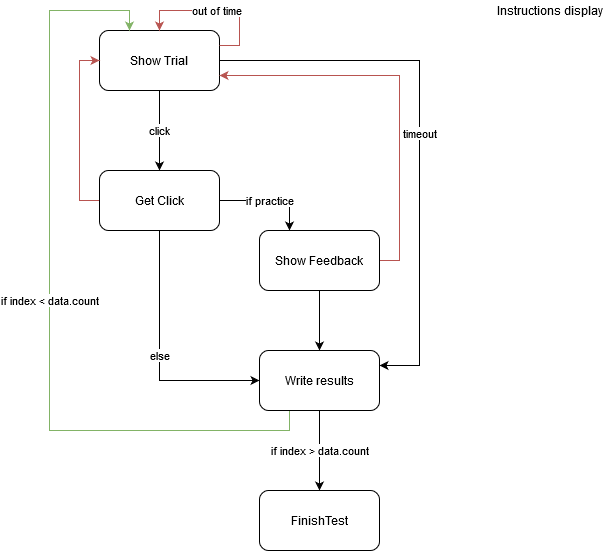
Above: Docs/cog test flow.png in BeAnotherLab/The-Machine-to-be-Another-Unity (draw.io), before the change. Source tidied: cells renumbered, new cells last; positions are measured from the earlier drawing's top-left corner, leaving out a move shared by most shapes.
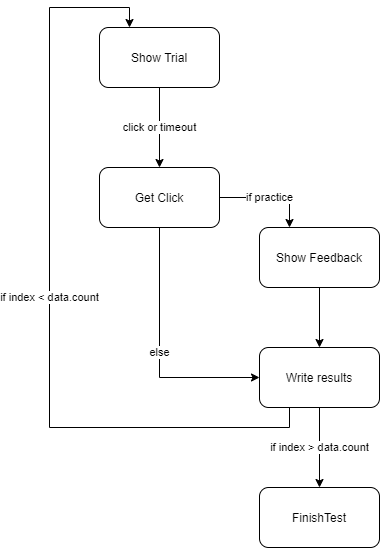
The same file after the commit.

Change to the diagram source:
```diff
@@ -2,17 +2,9 @@
   <root>
     <mxCell id="0" />
     <mxCell id="1" parent="0" />
-    <mxCell id="2" value="click" style="edgeStyle=orthogonalEdgeStyle;rounded=0;jettySize=auto;html=1;" parent="1" edge="1" source="4" target="8">
+    <mxCell id="2" value="click or timeout" style="edgeStyle=orthogonalEdgeStyle;rounded=0;jettySize=auto;html=1;" parent="1" edge="1" source="4" target="8">
       <mxGeometry relative="1" as="geometry" />
     </mxCell>
-    <mxCell id="3" value="timeout" style="edgeStyle=orthogonalEdgeStyle;rounded=0;jettySize=auto;html=1;exitX=1;exitY=0.5;exitDx=0;exitDy=0;entryX=1;entryY=0.25;entryDx=0;entryDy=0;" parent="1" edge="1" source="4" target="15">
-      <mxGeometry relative="1" as="geometry">
-        <Array as="points">
-          <mxPoint x="370" y="60" />
-          <mxPoint x="370" y="365" />
-        </Array>
-      </mxGeometry>
-    </mxCell>
     <mxCell id="4" value="Show Trial" style="rounded=1;whiteSpace=wrap;html=1;" parent="1" vertex="1">
       <mxGeometry x="50" y="30" width="120" height="60" as="geometry" />
     </mxCell>
@@ -22,25 +14,16 @@
     <mxCell id="6" value="else" style="edgeStyle=orthogonalEdgeStyle;rounded=0;jettySize=auto;html=1;exitX=0.5;exitY=1;exitDx=0;exitDy=0;entryX=0;entryY=0.5;entryDx=0;entryDy=0;" parent="1" edge="1" source="8" target="15">
       <mxGeometry relative="1" as="geometry" />
     </mxCell>
-    <mxCell id="7" style="edgeStyle=orthogonalEdgeStyle;rounded=0;jettySize=auto;html=1;exitX=0;exitY=0.5;exitDx=0;exitDy=0;entryX=0;entryY=0.5;entryDx=0;entryDy=0;fillColor=#f8cecc;strokeColor=#b85450;" parent="1" edge="1" source="8" target="4">
-      <mxGeometry relative="1" as="geometry" />
-    </mxCell>
     <mxCell id="8" value="Get Click" style="rounded=1;whiteSpace=wrap;html=1;" parent="1" vertex="1">
       <mxGeometry x="50" y="170" width="120" height="60" as="geometry" />
     </mxCell>
     <mxCell id="9" style="edgeStyle=orthogonalEdgeStyle;rounded=0;jettySize=auto;html=1;" parent="1" edge="1" source="11" target="15">
       <mxGeometry relative="1" as="geometry" />
     </mxCell>
-    <mxCell id="10" style="edgeStyle=orthogonalEdgeStyle;rounded=0;jettySize=auto;html=1;exitX=1;exitY=0.5;exitDx=0;exitDy=0;entryX=1;entryY=0.75;entryDx=0;entryDy=0;fillColor=#f8cecc;strokeColor=#b85450;" parent="1" edge="1" source="11" target="4">
-      <mxGeometry relative="1" as="geometry" />
-    </mxCell>
     <mxCell id="11" value="Show Feedback" style="rounded=1;whiteSpace=wrap;html=1;" parent="1" vertex="1">
       <mxGeometry x="210" y="230" width="120" height="60" as="geometry" />
     </mxCell>
-    <mxCell id="12" value="Instructions display" style="text;html=1;align=center;verticalAlign=middle;" parent="1" vertex="1">
-      <mxGeometry x="440" width="120" height="20" as="geometry" />
-    </mxCell>
-    <mxCell id="13" value="if index &amp;lt; data.count" style="edgeStyle=orthogonalEdgeStyle;rounded=0;jettySize=auto;html=1;exitX=0.25;exitY=1;exitDx=0;exitDy=0;entryX=0.25;entryY=0;entryDx=0;entryDy=0;fillColor=#d5e8d4;strokeColor=#82b366;" parent="1" edge="1" source="15" target="4">
+    <mxCell id="13" value="if index &amp;lt; data.count" style="edgeStyle=orthogonalEdgeStyle;rounded=0;jettySize=auto;html=1;exitX=0.25;exitY=1;exitDx=0;exitDy=0;entryX=0.25;entryY=0;entryDx=0;entryDy=0;fillColor=#d5e8d4;" parent="1" edge="1" source="15" target="4">
       <mxGeometry relative="1" as="geometry">
         <Array as="points">
           <mxPoint x="240" y="430" />
@@ -59,14 +42,5 @@
     <mxCell id="16" value="FinishTest" style="rounded=1;whiteSpace=wrap;html=1;" parent="1" vertex="1">
       <mxGeometry x="210" y="490" width="120" height="60" as="geometry" />
     </mxCell>
-    <mxCell id="17" value="out of time" style="edgeStyle=orthogonalEdgeStyle;rounded=0;orthogonalLoop=1;jettySize=auto;html=1;exitX=1;exitY=0.25;exitDx=0;exitDy=0;entryX=0.5;entryY=0;entryDx=0;entryDy=0;fillColor=#f8cecc;strokeColor=#b85450;" parent="1" edge="1" source="4" target="4">
-      <mxGeometry relative="1" as="geometry">
-        <Array as="points">
-          <mxPoint x="190" y="45" />
-          <mxPoint x="190" y="10" />
-          <mxPoint x="110" y="10" />
-        </Array>
-      </mxGeometry>
-    </mxCell>
   </root>
 </mxGraphModel>
```
